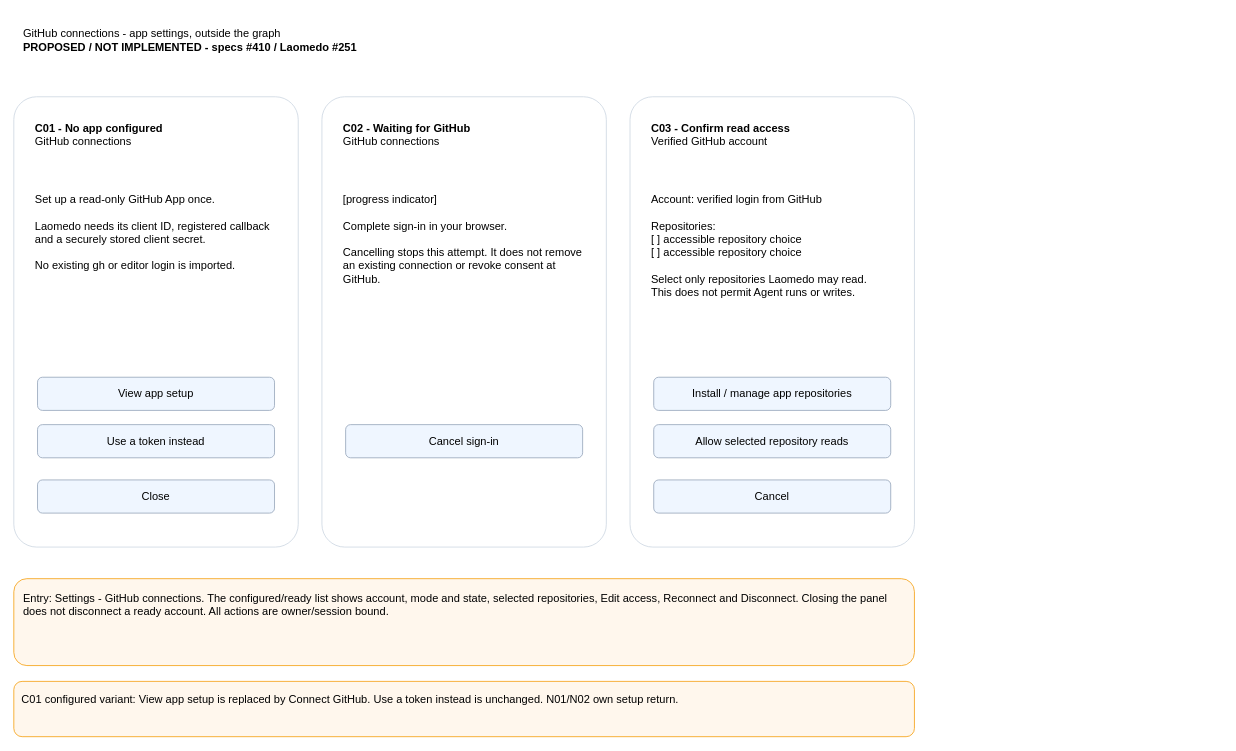
amadou-6e/specs keeps this draw.io diagram as page "Connection manager" (1 of 8) of projects/laomedo/subsystems/agent-execution/design/github-account-connections.drawio. Above is the earlier version. Source tidied: cells renumbered, new cells numbered last; positions are measured from the earlier drawing's top-left corner, leaving out a move shared by most shapes. Both pictures are drawn from the tidied source at 79%, with x=0, y=0 at pixel (13, 13).
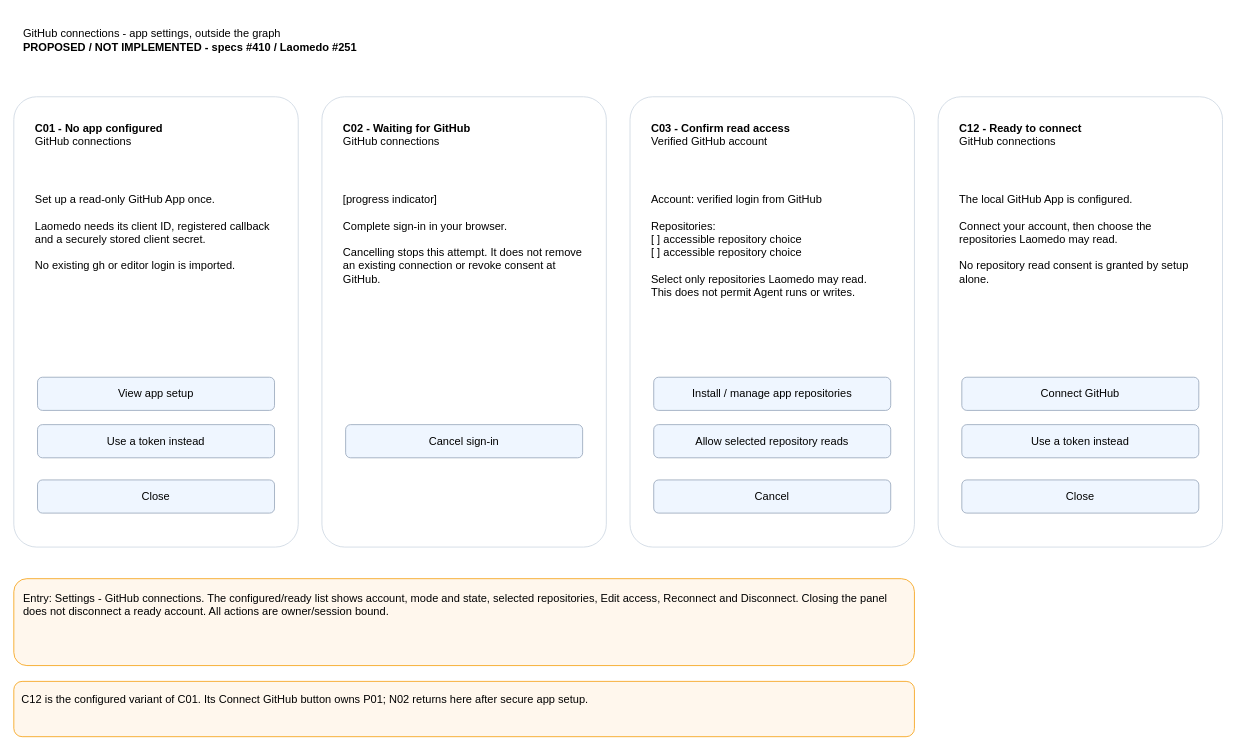
Above is the later version.

Commit message (it also covers changes not shown here):
docs: draw configured connection and complete empty-state copy

What changed in the source:
```diff
@@
-    <mxCell id="20" value="C01 configured variant: View app setup is replaced by Connect GitHub. Use a token instead is unchanged. N01/N02 own setup return." style="whiteSpace=wrap;html=1;fontFamily=Arial;fontSize=14;align=left;verticalAlign=top;spacing=10;rounded=1;fillColor=#FFF7ED;strokeColor=#F59E0B;" parent="1" vertex="1">
+    <mxCell id="20" value="C12 is the configured variant of C01. Its Connect GitHub button owns P01; N02 returns here after secure app setup." style="whiteSpace=wrap;html=1;fontFamily=Arial;fontSize=14;align=left;verticalAlign=top;spacing=10;rounded=1;fillColor=#FFF7ED;strokeColor=#F59E0B;" parent="1" vertex="1">
       <mxGeometry y="845" width="1140" height="70" as="geometry" />
     </mxCell>
+    <mxCell id="21" style="whiteSpace=wrap;html=1;fontFamily=Arial;fontSize=14;align=left;verticalAlign=top;spacing=12;rounded=1;arcSize=8;fillColor=#FFFFFF;strokeColor=#CBD5E1;" parent="1" vertex="1">
+      <mxGeometry x="1170" y="105" width="360" height="570" as="geometry" />
+    </mxCell>
+    <mxCell id="22" value="&lt;b&gt;C12 - Ready to connect&lt;/b&gt;&lt;br&gt;GitHub connections" style="whiteSpace=wrap;html=1;fontFamily=Arial;fontSize=14;align=left;verticalAlign=top;spacing=12;text;strokeColor=none;fillColor=none;" parent="1" vertex="1">
+      <mxGeometry x="1185" y="120" width="330" height="80" as="geometry" />
+    </mxCell>
+    <mxCell id="23" value="The local GitHub App is configured.&lt;br&gt;&lt;br&gt;Connect your account, then choose the repositories Laomedo may read.&lt;br&gt;&lt;br&gt;No repository read consent is granted by setup alone." style="whiteSpace=wrap;html=1;fontFamily=Arial;fontSize=14;align=left;verticalAlign=top;spacing=12;text;strokeColor=none;fillColor=none;" parent="1" vertex="1">
+      <mxGeometry x="1185" y="210" width="330" height="210" as="geometry" />
+    </mxCell>
+    <mxCell id="24" value="Connect GitHub" style="whiteSpace=wrap;html=1;fontFamily=Arial;fontSize=14;align=left;verticalAlign=top;spacing=12;rounded=1;fillColor=#EFF6FF;strokeColor=#94A3B8;align=center;verticalAlign=middle;spacing=4;" parent="1" vertex="1">
+      <mxGeometry x="1200" y="460" width="300" height="42" as="geometry" />
+    </mxCell>
+    <mxCell id="25" value="Use a token instead" style="whiteSpace=wrap;html=1;fontFamily=Arial;fontSize=14;align=left;verticalAlign=top;spacing=12;rounded=1;fillColor=#EFF6FF;strokeColor=#94A3B8;align=center;verticalAlign=middle;spacing=4;" parent="1" vertex="1">
+      <mxGeometry x="1200" y="520" width="300" height="42" as="geometry" />
+    </mxCell>
+    <mxCell id="26" value="Close" style="whiteSpace=wrap;html=1;fontFamily=Arial;fontSize=14;align=left;verticalAlign=top;spacing=12;rounded=1;fillColor=#EFF6FF;strokeColor=#94A3B8;align=center;verticalAlign=middle;spacing=4;" parent="1" vertex="1">
+      <mxGeometry x="1200" y="590" width="300" height="42" as="geometry" />
+    </mxCell>
```
